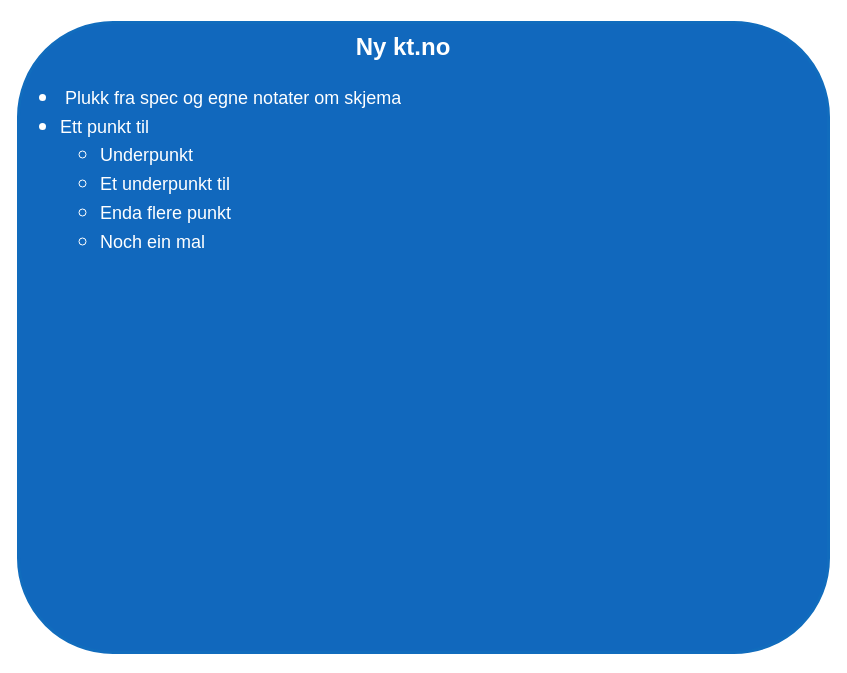
Before: page "Ny kt.no" (3 of 15) of .drawio in mortenee/draw.io, a draw.io diagram. Source tidied: cells renumbered, new cells numbered last; positions are measured from the earlier drawing's top-left corner, leaving out a move shared by most shapes. Both pictures are drawn from the tidied source at 100%, with x=0, y=0 at pixel (18, 22).
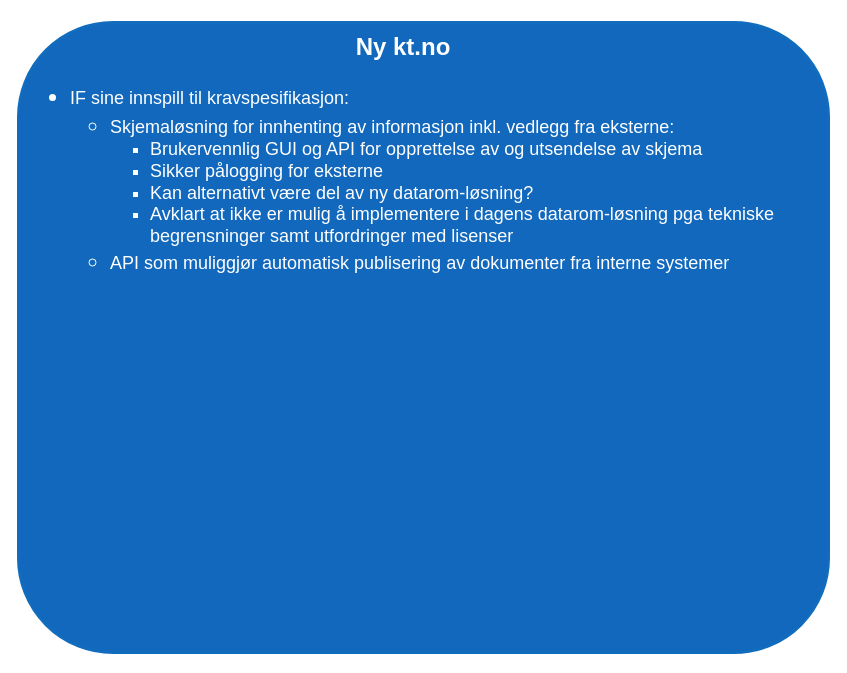
The same diagram, later.

Change to the diagram source:
```diff
@@
 <mxGraphModel>
   <root>
     <mxCell id="0" />
     <mxCell id="1" parent="0" />
-    <mxCell id="2" value="&lt;h1 style=&quot;margin-top: 0px;&quot;&gt;&lt;div&gt;&lt;span style=&quot;font-size: 18px; font-weight: 400;&quot;&gt;&lt;br&gt;&lt;/span&gt;&lt;/div&gt;&lt;ul&gt;&lt;li&gt;&lt;span style=&quot;font-size: 18px; font-weight: 400;&quot;&gt;&amp;nbsp;Plukk fra spec og egne notater om skjema&lt;/span&gt;&lt;/li&gt;&lt;li&gt;&lt;span style=&quot;font-size: 18px; font-weight: 400;&quot;&gt;Ett punkt til&lt;/span&gt;&lt;/li&gt;&lt;ul&gt;&lt;li&gt;&lt;span style=&quot;font-size: 18px; font-weight: 400;&quot;&gt;Underpunkt&lt;/span&gt;&lt;/li&gt;&lt;li&gt;&lt;span style=&quot;font-size: 18px; font-weight: 400;&quot;&gt;Et underpunkt til&lt;/span&gt;&lt;/li&gt;&lt;li&gt;&lt;span style=&quot;font-size: 18px; font-weight: 400;&quot;&gt;Enda flere punkt&lt;/span&gt;&lt;/li&gt;&lt;li&gt;&lt;span style=&quot;font-size: 18px; font-weight: 400;&quot;&gt;Noch ein mal&lt;/span&gt;&lt;/li&gt;&lt;/ul&gt;&lt;/ul&gt;&lt;/h1&gt;" style="text;html=1;whiteSpace=wrap;overflow=hidden;rounded=1;fillColor=#1168bd;strokeColor=#116cbd;fontColor=#ffffff;fontFamily=Helvetica;fontSize=12;labelBackgroundColor=none;glass=0;shadow=0;strokeWidth=3;" parent="1" vertex="1">
+    <mxCell id="2" value="&lt;h1 style=&quot;margin-top: 0px;&quot;&gt;&lt;div&gt;&lt;span style=&quot;font-size: 18px; font-weight: 400;&quot;&gt;&lt;br&gt;&lt;/span&gt;&lt;/div&gt;&lt;ul&gt;&lt;li&gt;&lt;span style=&quot;font-size: 18px; font-weight: 400;&quot;&gt;IF sine innspill til kravspesifikasjon:&lt;/span&gt;&lt;/li&gt;&lt;ul&gt;&lt;li&gt;&lt;span style=&quot;font-size: 18px; background-color: initial; font-weight: normal;&quot;&gt;Skjemaløsning for innhenting av informasjon inkl. vedlegg fra eksterne:&lt;/span&gt;&lt;/li&gt;&lt;ul style=&quot;font-size: 18px;&quot;&gt;&lt;li&gt;&lt;span style=&quot;font-weight: normal;&quot;&gt;Brukervennlig GUI og API for opprettelse av og utsendelse av skjema&lt;/span&gt;&lt;/li&gt;&lt;li&gt;&lt;span style=&quot;font-weight: normal;&quot;&gt;Sikker pålogging for eksterne&lt;/span&gt;&lt;/li&gt;&lt;li&gt;&lt;span style=&quot;font-weight: normal;&quot;&gt;Kan alternativt være del av ny datarom-løsning?&lt;/span&gt;&lt;/li&gt;&lt;li&gt;&lt;span style=&quot;font-weight: normal;&quot;&gt;Avklart at ikke er mulig å implementere i dagens datarom-løsning pga tekniske begrensninger samt utfordringer med lisenser&lt;/span&gt;&lt;/li&gt;&lt;/ul&gt;&lt;li&gt;&lt;span style=&quot;font-weight: normal;&quot;&gt;&lt;font style=&quot;font-size: 18px;&quot;&gt;API som muliggjør automatisk publisering av dokumenter fra interne systemer&lt;/font&gt;&lt;span style=&quot;font-size: 18px; background-color: initial; white-space: pre;&quot;&gt;&#9;&lt;/span&gt;&lt;/span&gt;&lt;span style=&quot;font-size: 18px; background-color: initial; font-weight: 400;&quot;&gt;&amp;nbsp;&lt;/span&gt;&lt;/li&gt;&lt;/ul&gt;&lt;/ul&gt;&lt;/h1&gt;" style="text;html=1;whiteSpace=wrap;overflow=hidden;rounded=1;fillColor=#1168bd;strokeColor=#116cbd;fontColor=#ffffff;fontFamily=Helvetica;fontSize=12;labelBackgroundColor=none;glass=0;shadow=0;strokeWidth=3;spacingLeft=10;" parent="1" vertex="1">
       <mxGeometry width="810" height="630" as="geometry" />
     </mxCell>
     <mxCell id="3" value="&lt;h1&gt;Ny kt.no&lt;/h1&gt;" style="text;html=1;align=center;verticalAlign=middle;whiteSpace=wrap;rounded=0;fontColor=#FFFFFF;" parent="1" vertex="1">
       <mxGeometry x="320" y="10" width="130" height="30" as="geometry" />
     </mxCell>
   </root>
 </mxGraphModel>
```
